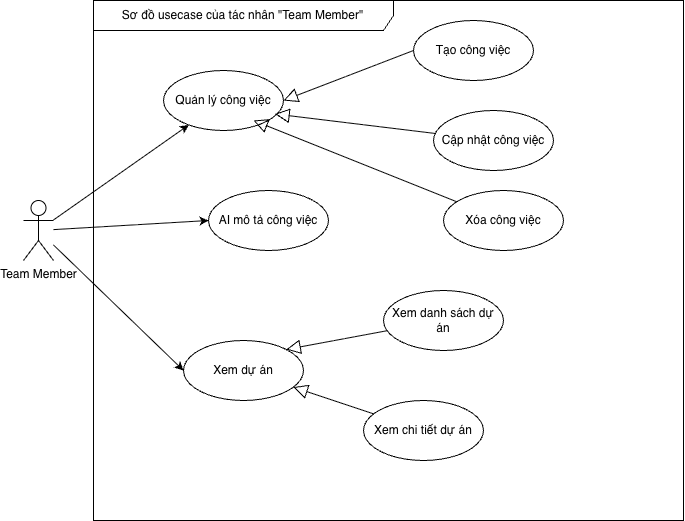
Above: reports/dat-examples/report/images/usecase_team_member.png in toantran292/datn (draw.io), before the change. Source tidied: cells renumbered, new cells last; positions are measured from the earlier drawing's top-left corner, leaving out a move shared by most shapes. The source it was exported from:
```xml
<mxGraphModel>
  <root>
    <mxCell id="0" />
    <mxCell id="1" parent="0" />
    <mxCell id="2" value="Sơ đồ usecase của tác nhân &quot;Team Member&quot;" style="shape=umlFrame;whiteSpace=wrap;html=1;width=300;height=30;" parent="1" vertex="1">
      <mxGeometry x="70" width="590" height="520" as="geometry" />
    </mxCell>
    <mxCell id="3" value="Quản lý công việc" style="ellipse;whiteSpace=wrap;html=1;" parent="2" vertex="1">
      <mxGeometry x="70" y="70" width="120" height="60" as="geometry" />
    </mxCell>
    <mxCell id="4" value="AI mô tả công việc" style="ellipse;whiteSpace=wrap;html=1;" parent="2" vertex="1">
      <mxGeometry x="115" y="190" width="120" height="60" as="geometry" />
    </mxCell>
    <mxCell id="5" value="Xem dự án" style="ellipse;whiteSpace=wrap;html=1;" parent="2" vertex="1">
      <mxGeometry x="90" y="340" width="120" height="60" as="geometry" />
    </mxCell>
    <mxCell id="6" value="Tạo công việc" style="ellipse;whiteSpace=wrap;html=1;" parent="2" vertex="1">
      <mxGeometry x="320" y="20" width="120" height="60" as="geometry" />
    </mxCell>
    <mxCell id="7" style="edgeStyle=none;html=1;endSize=12;endArrow=block;endFill=0;rounded=0;entryX=1;entryY=0.5;entryDx=0;entryDy=0;exitX=0;exitY=0.5;exitDx=0;exitDy=0;" parent="2" edge="1" source="6" target="3">
      <mxGeometry relative="1" as="geometry" />
    </mxCell>
    <mxCell id="8" value="Cập nhật công việc" style="ellipse;whiteSpace=wrap;html=1;" parent="2" vertex="1">
      <mxGeometry x="340" y="110" width="120" height="60" as="geometry" />
    </mxCell>
    <mxCell id="9" value="Xóa công việc" style="ellipse;whiteSpace=wrap;html=1;" parent="2" vertex="1">
      <mxGeometry x="350" y="190" width="120" height="60" as="geometry" />
    </mxCell>
    <mxCell id="10" style="edgeStyle=none;html=1;endSize=12;endArrow=block;endFill=0;rounded=0;entryX=0.93;entryY=0.725;entryDx=0;entryDy=0;entryPerimeter=0;" parent="2" edge="1" source="8" target="3">
      <mxGeometry relative="1" as="geometry" />
    </mxCell>
    <mxCell id="11" style="edgeStyle=none;html=1;endSize=12;endArrow=block;endFill=0;rounded=0;entryX=0.93;entryY=0.725;entryDx=0;entryDy=0;entryPerimeter=0;" parent="2" edge="1" source="9">
      <mxGeometry relative="1" as="geometry">
        <mxPoint x="160" y="120" as="targetPoint" />
      </mxGeometry>
    </mxCell>
    <mxCell id="12" value="Xem danh sách dự án" style="ellipse;whiteSpace=wrap;html=1;" parent="2" vertex="1">
      <mxGeometry x="290" y="290" width="120" height="60" as="geometry" />
    </mxCell>
    <mxCell id="13" value="Xem chi tiết dự án" style="ellipse;whiteSpace=wrap;html=1;" parent="2" vertex="1">
      <mxGeometry x="270" y="400" width="120" height="60" as="geometry" />
    </mxCell>
    <mxCell id="14" style="edgeStyle=none;html=1;endSize=12;endArrow=block;endFill=0;rounded=0;entryX=1;entryY=0;entryDx=0;entryDy=0;" parent="2" edge="1" source="12" target="5">
      <mxGeometry relative="1" as="geometry" />
    </mxCell>
    <mxCell id="15" style="edgeStyle=none;html=1;endSize=12;endArrow=block;endFill=0;rounded=0;" parent="2" edge="1" source="13" target="5">
      <mxGeometry relative="1" as="geometry" />
    </mxCell>
    <mxCell id="16" value="Team Member" style="shape=umlActor;verticalLabelPosition=bottom;verticalAlign=top;html=1;outlineConnect=0;" parent="1" vertex="1">
      <mxGeometry y="200" width="30" height="60" as="geometry" />
    </mxCell>
    <mxCell id="17" style="endArrow=classic;html=1;rounded=0;" parent="1" edge="1" source="16" target="3">
      <mxGeometry relative="1" as="geometry" />
    </mxCell>
    <mxCell id="18" style="endArrow=classic;html=1;rounded=0;entryX=0;entryY=0.5;entryDx=0;entryDy=0;" parent="1" edge="1" source="16" target="4">
      <mxGeometry relative="1" as="geometry" />
    </mxCell>
    <mxCell id="19" style="endArrow=classic;html=1;rounded=0;entryX=0;entryY=0.5;entryDx=0;entryDy=0;" parent="1" edge="1" source="16" target="5">
      <mxGeometry relative="1" as="geometry" />
    </mxCell>
  </root>
</mxGraphModel>
```
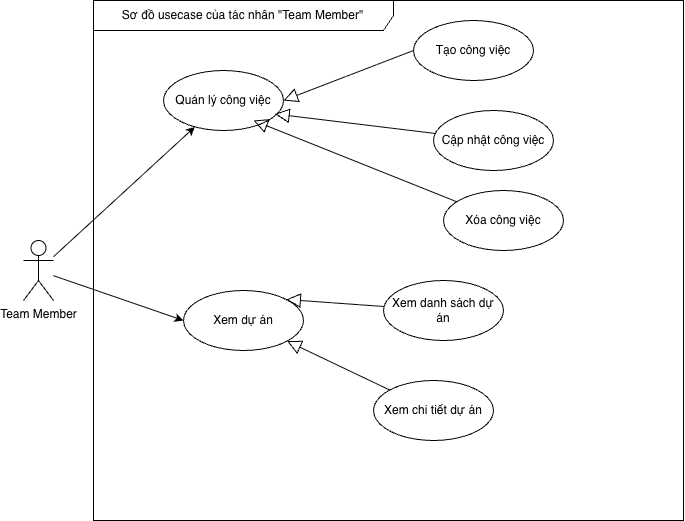
The same file after the commit.

The edit, as a diff of the source:
```diff
@@ -8,11 +8,8 @@
     <mxCell id="3" value="Quản lý công việc" style="ellipse;whiteSpace=wrap;html=1;" parent="2" vertex="1">
       <mxGeometry x="70" y="70" width="120" height="60" as="geometry" />
     </mxCell>
-    <mxCell id="4" value="AI mô tả công việc" style="ellipse;whiteSpace=wrap;html=1;" parent="2" vertex="1">
-      <mxGeometry x="115" y="190" width="120" height="60" as="geometry" />
-    </mxCell>
     <mxCell id="5" value="Xem dự án" style="ellipse;whiteSpace=wrap;html=1;" parent="2" vertex="1">
-      <mxGeometry x="90" y="340" width="120" height="60" as="geometry" />
+      <mxGeometry x="90" y="290" width="120" height="60" as="geometry" />
     </mxCell>
     <mxCell id="6" value="Tạo công việc" style="ellipse;whiteSpace=wrap;html=1;" parent="2" vertex="1">
       <mxGeometry x="320" y="20" width="120" height="60" as="geometry" />
@@ -35,10 +32,10 @@
       </mxGeometry>
     </mxCell>
     <mxCell id="12" value="Xem danh sách dự án" style="ellipse;whiteSpace=wrap;html=1;" parent="2" vertex="1">
-      <mxGeometry x="290" y="290" width="120" height="60" as="geometry" />
+      <mxGeometry x="290" y="280" width="120" height="60" as="geometry" />
     </mxCell>
     <mxCell id="13" value="Xem chi tiết dự án" style="ellipse;whiteSpace=wrap;html=1;" parent="2" vertex="1">
-      <mxGeometry x="270" y="400" width="120" height="60" as="geometry" />
+      <mxGeometry x="280" y="380" width="120" height="60" as="geometry" />
     </mxCell>
     <mxCell id="14" style="edgeStyle=none;html=1;endSize=12;endArrow=block;endFill=0;rounded=0;entryX=1;entryY=0;entryDx=0;entryDy=0;" parent="2" edge="1" source="12" target="5">
       <mxGeometry relative="1" as="geometry" />
@@ -47,14 +44,11 @@
       <mxGeometry relative="1" as="geometry" />
     </mxCell>
     <mxCell id="16" value="Team Member" style="shape=umlActor;verticalLabelPosition=bottom;verticalAlign=top;html=1;outlineConnect=0;" parent="1" vertex="1">
-      <mxGeometry y="200" width="30" height="60" as="geometry" />
+      <mxGeometry y="240" width="30" height="60" as="geometry" />
     </mxCell>
     <mxCell id="17" style="endArrow=classic;html=1;rounded=0;" parent="1" edge="1" source="16" target="3">
       <mxGeometry relative="1" as="geometry" />
     </mxCell>
-    <mxCell id="18" style="endArrow=classic;html=1;rounded=0;entryX=0;entryY=0.5;entryDx=0;entryDy=0;" parent="1" edge="1" source="16" target="4">
-      <mxGeometry relative="1" as="geometry" />
-    </mxCell>
     <mxCell id="19" style="endArrow=classic;html=1;rounded=0;entryX=0;entryY=0.5;entryDx=0;entryDy=0;" parent="1" edge="1" source="16" target="5">
       <mxGeometry relative="1" as="geometry" />
     </mxCell>
```
